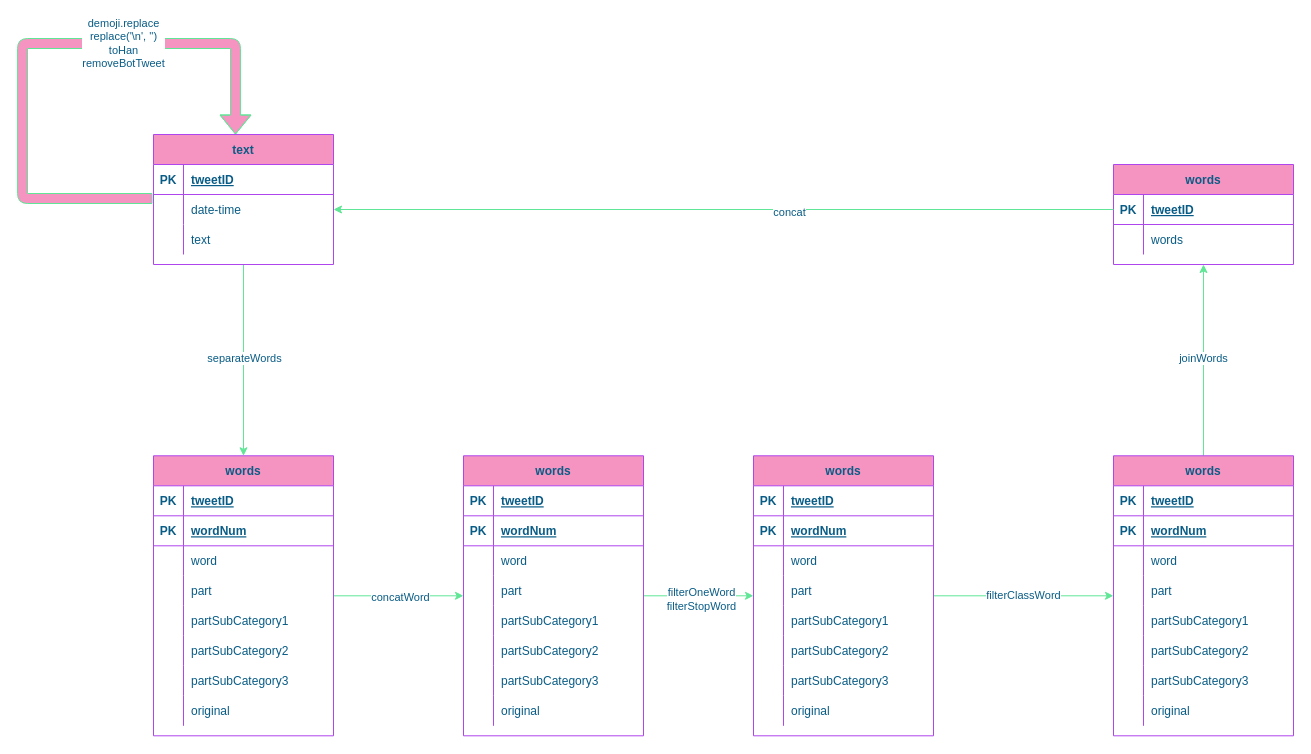
YuriNakayama/statsmodels keeps this draw.io diagram as Untitled Diagram.drawio. Above is the earlier version. Source tidied: cells renumbered, new cells numbered last; positions are measured from the earlier drawing's top-left corner, leaving out a move shared by most shapes. Both pictures are drawn from the tidied source at 100%, with x=0, y=0 at pixel (22, 43).
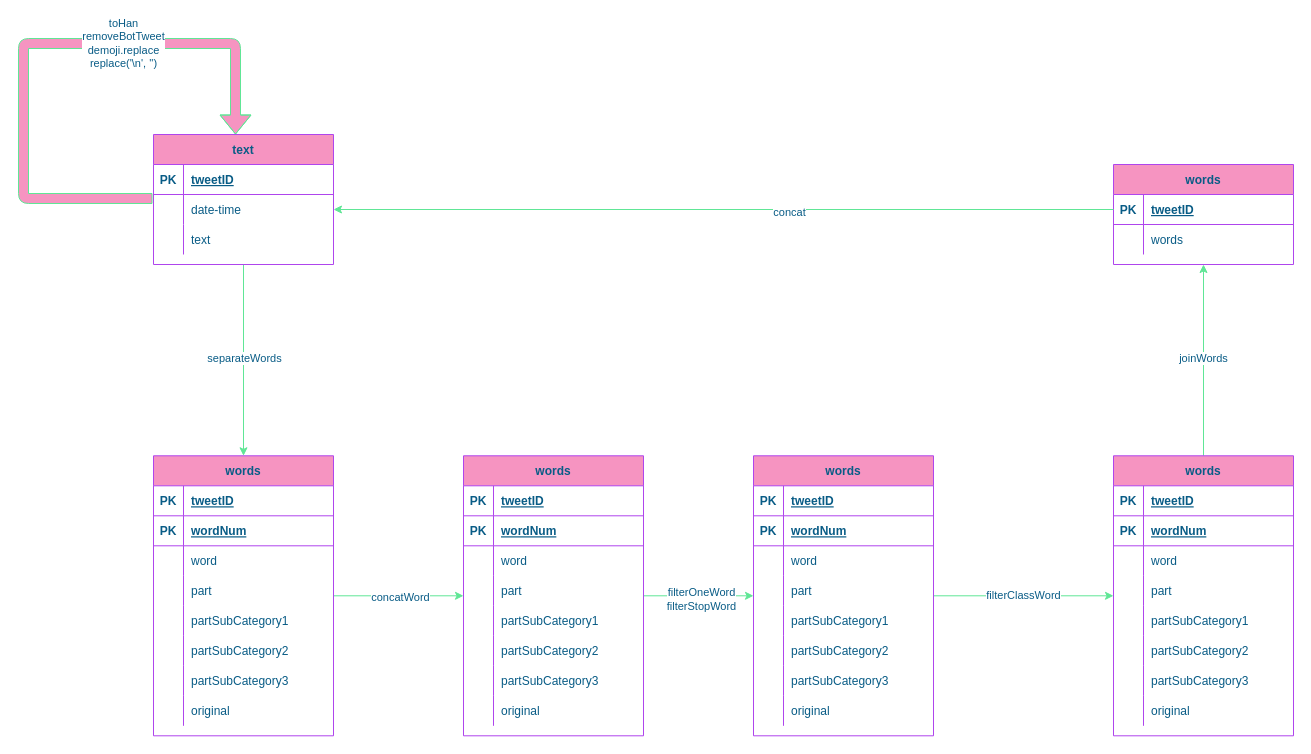
The same page after the edit.

What changed in the source:
```diff
@@
-    <mxCell id="2" value="demoji.replace&lt;br&gt;replace('\n', '')&lt;br&gt;toHan&lt;br&gt;removeBotTweet" style="edgeStyle=orthogonalEdgeStyle;shape=flexArrow;curved=0;rounded=1;sketch=0;orthogonalLoop=1;jettySize=auto;html=1;fontColor=#095C86;strokeColor=#60E696;fillColor=#F694C1;entryX=0.461;entryY=0.008;entryDx=0;entryDy=0;entryPerimeter=0;" parent="1" edge="1">
+    <mxCell id="2" value="toHan&lt;br&gt;removeBotTweet&lt;br&gt;demoji.replace&lt;br&gt;replace('\n', '')" style="edgeStyle=orthogonalEdgeStyle;shape=flexArrow;curved=0;rounded=1;sketch=0;orthogonalLoop=1;jettySize=auto;html=1;fontColor=#095C86;strokeColor=#60E696;fillColor=#F694C1;entryX=0.461;entryY=0.008;entryDx=0;entryDy=0;entryPerimeter=0;" parent="1" edge="1">
       <mxGeometry x="0.31" relative="1" as="geometry">
         <mxPoint x="130" y="155" as="sourcePoint" />
         <mxPoint x="213" y="91" as="targetPoint" />
         <Array as="points">
-          <mxPoint y="155" />
-          <mxPoint />
+          <mxPoint x="1" y="155" />
+          <mxPoint x="1" />
           <mxPoint x="213" />
         </Array>
       </mxGeometry>
     </mxCell>
```
